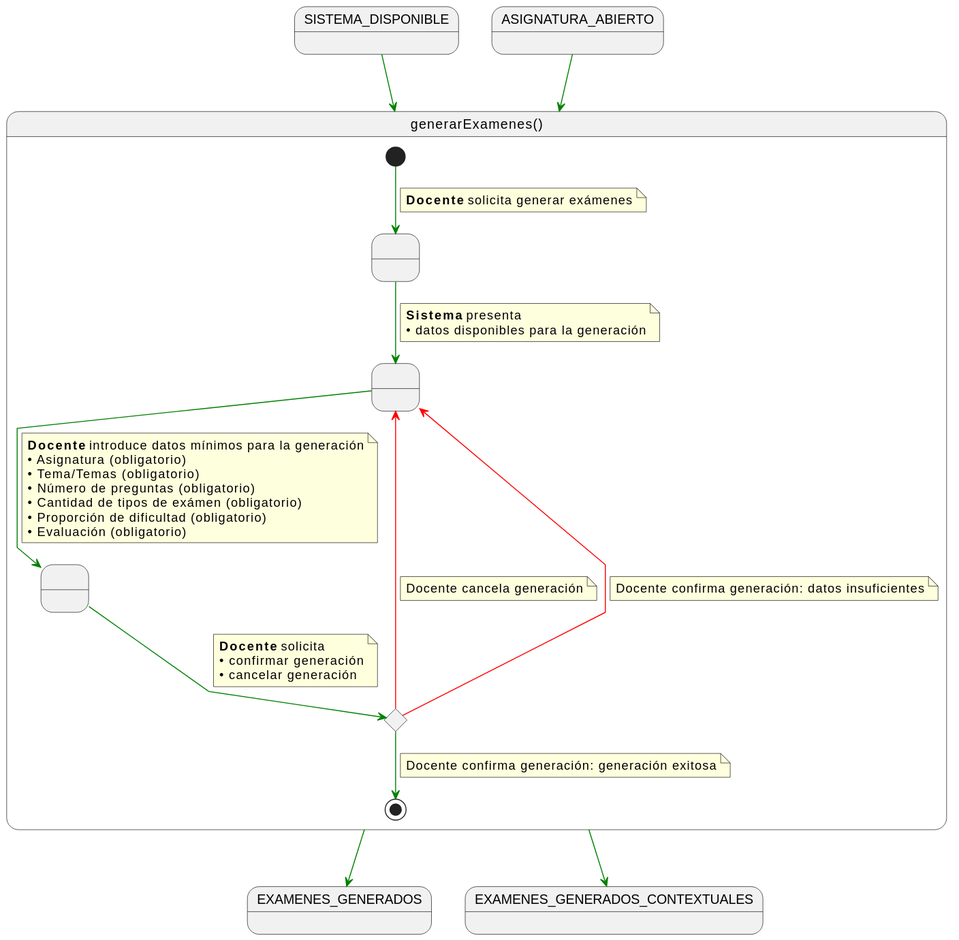
This is documents/casos-de-uso/detalladoCasosDeUso/generarExamenes/generarExamenes.svg from martinlopez7/25-26-IdSw1-SdR, a PlantUML export, as it was before one commit.
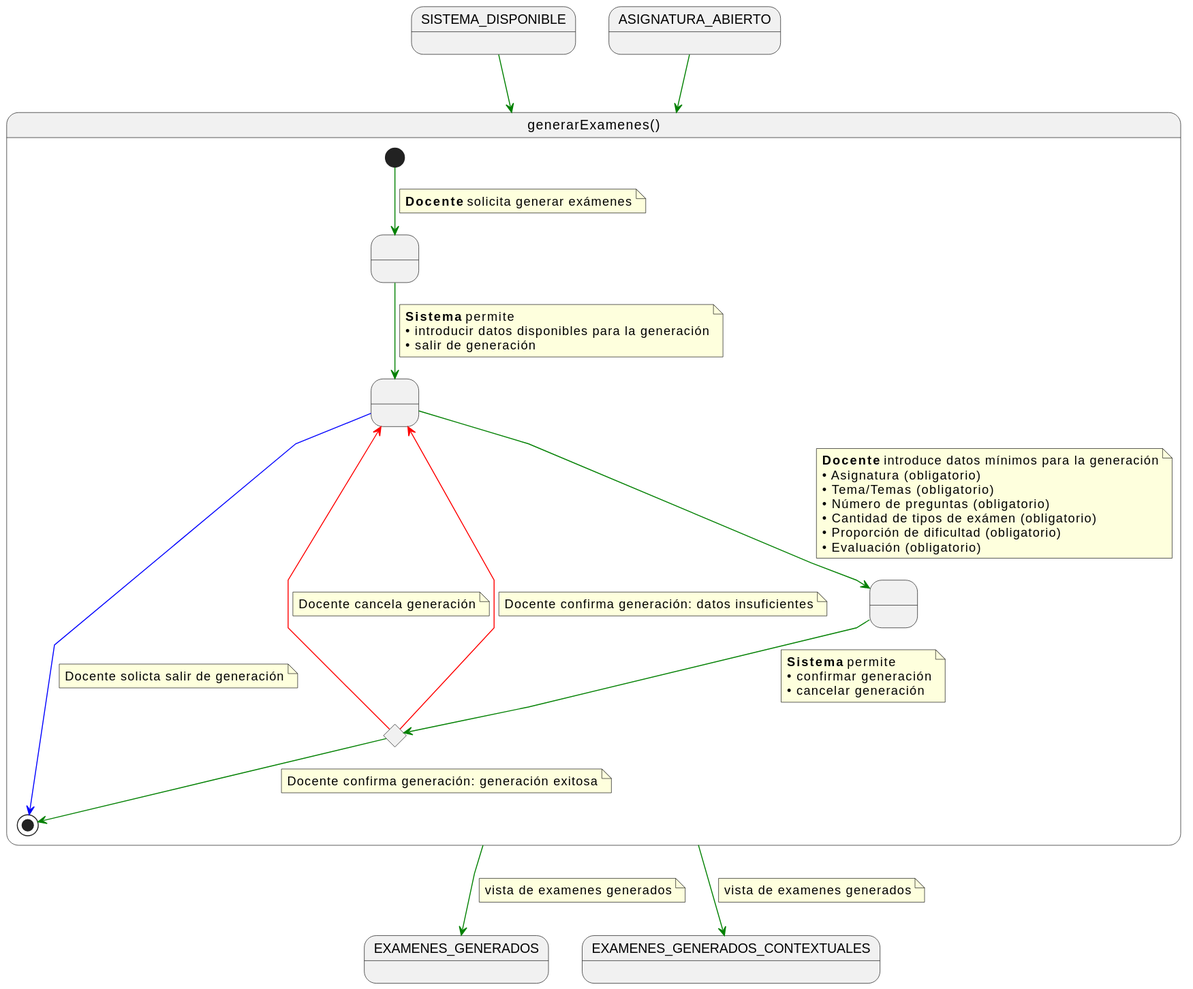
Above is the later version.

Diff of the diagram source:
```diff
@@ -15,8 +15,9 @@
 
     RequiringGeneration -[#green]-> ProvidingData
     note on link
-    <b>Sistema</b> presenta
-    • datos disponibles para la generación
+    <b>Sistema</b> permite
+    • introducir datos disponibles para la generación
+    • salir de generación
     end note
 
     ProvidingData -[#green]-> ProvidingConfirmation
@@ -32,7 +33,7 @@
 
     ProvidingConfirmation -[#green]-> c
     note on link
-    <b>Docente</b> solicita
+    <b>Sistema</b> permite
     • confirmar generación
     • cancelar generación
     end note
@@ -51,13 +52,27 @@
     note on link
     Docente confirma generación: generación exitosa
     end note
+
+    ProvidingData -[#blue]-> [*]
+    note on link
+    Docente solicta salir de generación
+    end note
 }
+
+state EXAMENES_GENERADOS
+state EXAMENES_GENERADOS_CONTEXTUALES
 
 SISTEMA_DISPONIBLE -[#green]-> generarExamenes
 
 generarExamenes -[#green]-> EXAMENES_GENERADOS
+note on link
+vista de examenes generados
+end note
+
+generarExamenes -[#green]-> EXAMENES_GENERADOS_CONTEXTUALES
+note on link
+vista de examenes generados
+end note
 
 ASIGNATURA_ABIERTO -[#green]-> generarExamenes
-
-generarExamenes -[#green]-> EXAMENES_GENERADOS_CONTEXTUALES
 @enduml
```
